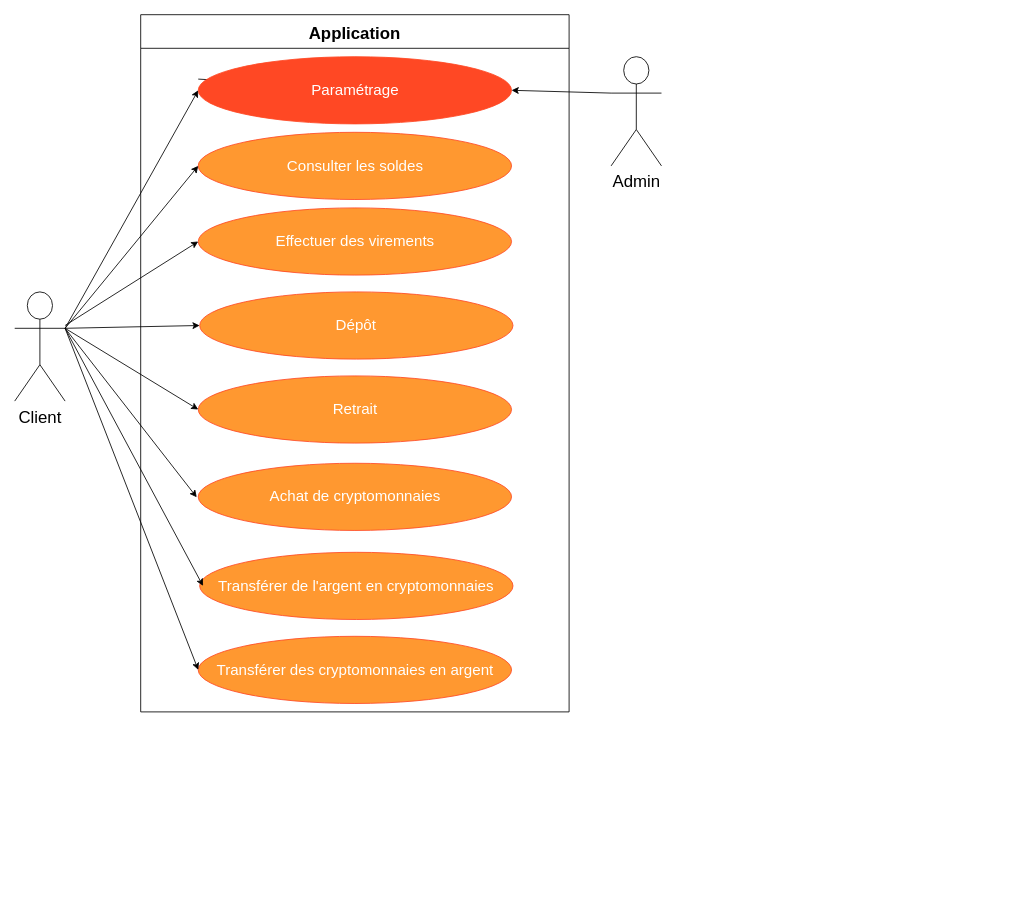
Before: diagrams/Use Case.drawio in SIO2-group/FulBank, a draw.io diagram. Source tidied: cells renumbered, new cells numbered last; positions are measured from the earlier drawing's top-left corner, leaving out a move shared by most shapes. Both pictures are drawn from the tidied source at 84%, with x=0, y=0 at pixel (14, 14).
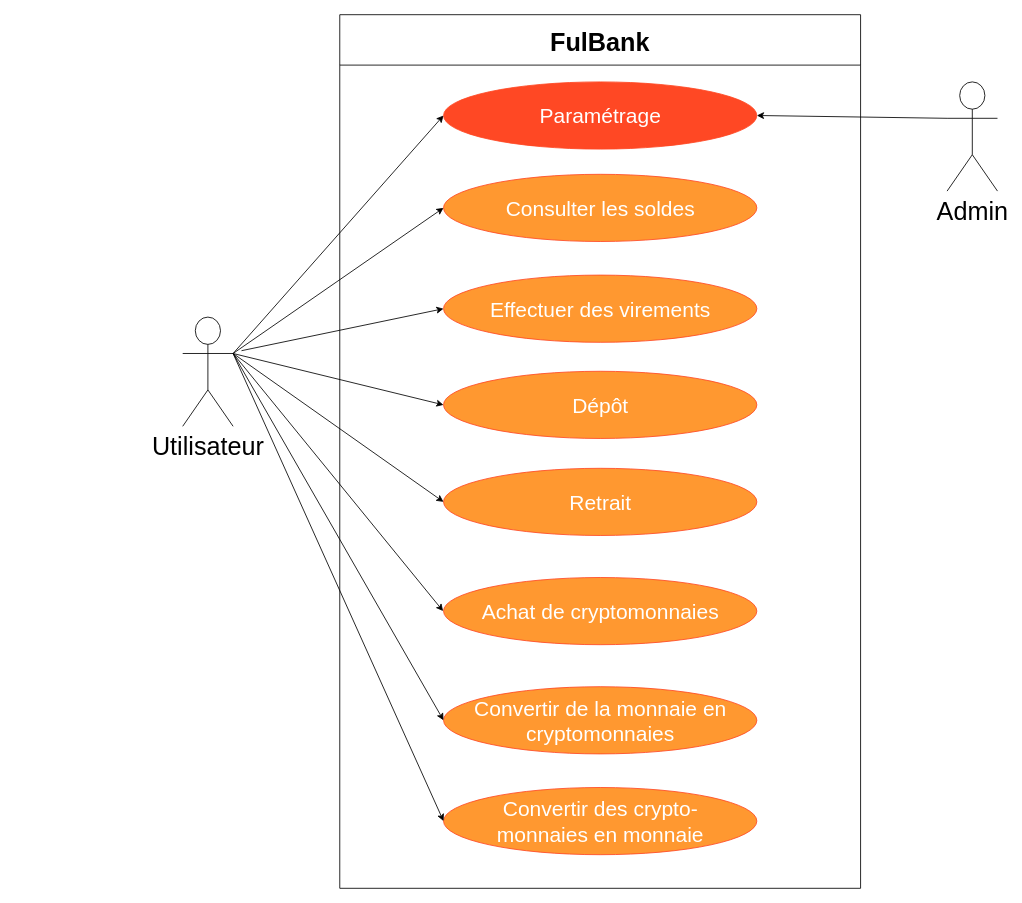
After the change.

Commit message (it also covers changes not shown here):
:bento: update use case

Change to the diagram source:
```diff
@@
-    <mxCell id="2" value="&lt;font style=&quot;font-size: 20px&quot;&gt;Client&lt;/font&gt;" style="shape=umlActor;verticalLabelPosition=bottom;verticalAlign=top;html=1;outlineConnect=0;" parent="1" vertex="1">
-      <mxGeometry y="330" width="60" height="130" as="geometry" />
+    <mxCell id="2" value="&lt;font style=&quot;font-size: 30px&quot;&gt;Utilisateur&lt;/font&gt;" style="shape=umlActor;verticalLabelPosition=bottom;verticalAlign=top;html=1;outlineConnect=0;" parent="1" vertex="1">
+      <mxGeometry x="200" y="360" width="60" height="130" as="geometry" />
     </mxCell>
-    <mxCell id="3" value="Application" style="swimlane;fontSize=20;startSize=40;" parent="1" vertex="1">
-      <mxGeometry x="150" width="510" height="830" as="geometry" />
+    <mxCell id="3" value="FulBank" style="swimlane;fontSize=30;startSize=60;" parent="1" vertex="1">
+      <mxGeometry x="387" width="620" height="1040" as="geometry" />
     </mxCell>
-    <mxCell id="4" value="Transférer des cryptomonnaies en argent" style="ellipse;whiteSpace=wrap;html=1;fontColor=#ffff;fillColor=#FF9830;strokeColor=#FF4824;fontSize=18;" parent="3" vertex="1">
-      <mxGeometry x="68.5" y="740" width="373" height="80" as="geometry" />
+    <mxCell id="4" value="Convertir des crypto-&lt;br&gt;monnaies en monnaie" style="ellipse;whiteSpace=wrap;html=1;fontColor=#ffff;fillColor=#FF9830;strokeColor=#FF4824;fontSize=25;" parent="3" vertex="1">
+      <mxGeometry x="123.5" y="920" width="373" height="80" as="geometry" />
     </mxCell>
-    <mxCell id="5" value="Transférer de l'argent en cryptomonnaies" style="ellipse;whiteSpace=wrap;html=1;fontColor=#ffff;fillColor=#FF9830;strokeColor=#FF4824;fontSize=18;" parent="3" vertex="1">
-      <mxGeometry x="70.2" y="640" width="373" height="80" as="geometry" />
+    <mxCell id="5" value="Convertir de la monnaie&amp;nbsp;en cryptomonnaies" style="ellipse;whiteSpace=wrap;html=1;fontColor=#ffff;fillColor=#FF9830;strokeColor=#FF4824;fontSize=25;" parent="3" vertex="1">
+      <mxGeometry x="123.5" y="800" width="373" height="80" as="geometry" />
     </mxCell>
-    <mxCell id="6" value="Achat de cryptomonnaies" style="ellipse;whiteSpace=wrap;html=1;fontColor=#ffff;fillColor=#FF9830;strokeColor=#FF4824;fontSize=18;" parent="3" vertex="1">
-      <mxGeometry x="68.5" y="534" width="373" height="80" as="geometry" />
+    <mxCell id="6" value="Achat de cryptomonnaies" style="ellipse;whiteSpace=wrap;html=1;fontColor=#ffff;fillColor=#FF9830;strokeColor=#FF4824;fontSize=25;" parent="3" vertex="1">
+      <mxGeometry x="123.5" y="670" width="373" height="80" as="geometry" />
     </mxCell>
-    <mxCell id="7" value="Retrait" style="ellipse;whiteSpace=wrap;html=1;fontColor=#ffff;fillColor=#FF9830;strokeColor=#FF4824;fontSize=18;" parent="3" vertex="1">
-      <mxGeometry x="68.5" y="430" width="373" height="80" as="geometry" />
+    <mxCell id="7" value="Retrait" style="ellipse;whiteSpace=wrap;html=1;fontColor=#ffff;fillColor=#FF9830;strokeColor=#FF4824;fontSize=25;" parent="3" vertex="1">
+      <mxGeometry x="123.5" y="540" width="373" height="80" as="geometry" />
     </mxCell>
-    <mxCell id="8" value="Dépôt" style="ellipse;whiteSpace=wrap;html=1;fontColor=#ffff;fillColor=#FF9830;strokeColor=#FF4824;fontSize=18;" parent="3" vertex="1">
-      <mxGeometry x="70.2" y="330" width="373" height="80" as="geometry" />
+    <mxCell id="8" value="Dépôt" style="ellipse;whiteSpace=wrap;html=1;fontColor=#ffff;fillColor=#FF9830;strokeColor=#FF4824;fontSize=25;" parent="3" vertex="1">
+      <mxGeometry x="123.5" y="424.5" width="373" height="80" as="geometry" />
     </mxCell>
-    <mxCell id="9" value="Effectuer des virements" style="ellipse;whiteSpace=wrap;html=1;fontColor=#ffff;fillColor=#FF9830;strokeColor=#FF4824;fontSize=18;" parent="3" vertex="1">
-      <mxGeometry x="68.5" y="230" width="373" height="80" as="geometry" />
+    <mxCell id="9" value="Effectuer des virements" style="ellipse;whiteSpace=wrap;html=1;fontColor=#ffff;fillColor=#FF9830;strokeColor=#FF4824;fontSize=25;" parent="3" vertex="1">
+      <mxGeometry x="123.5" y="310" width="373" height="80" as="geometry" />
     </mxCell>
-    <mxCell id="10" value="Consulter les soldes" style="ellipse;whiteSpace=wrap;html=1;fontColor=#ffff;fillColor=#FF9830;strokeColor=#FF4824;fontSize=18;" parent="3" vertex="1">
-      <mxGeometry x="68.5" y="140" width="373" height="80" as="geometry" />
+    <mxCell id="10" value="Consulter les soldes" style="ellipse;whiteSpace=wrap;html=1;fontColor=#ffff;fillColor=#FF9830;strokeColor=#FF4824;fontSize=25;" parent="3" vertex="1">
+      <mxGeometry x="123.5" y="190" width="373" height="80" as="geometry" />
     </mxCell>
+    <mxCell id="19" value="Paramétrage" style="ellipse;whiteSpace=wrap;html=1;fontColor=#ffff;strokeColor=#FF4824;fontSize=25;fillColor=#FF4824;" parent="3" vertex="1">
+      <mxGeometry x="123.5" y="80" width="373" height="80" as="geometry" />
+    </mxCell>
@@
-    <mxCell id="15" style="endArrow=classic;html=1;exitX=1;exitY=0.3333333333333333;exitDx=0;exitDy=0;exitPerimeter=0;entryX=0;entryY=0.5;entryDx=0;entryDy=0;" parent="1" edge="1" source="2">
+    <mxCell id="15" style="endArrow=classic;html=1;exitX=1;exitY=0.3333333333333333;exitDx=0;exitDy=0;exitPerimeter=0;" parent="1" edge="1" source="2">
       <mxGeometry relative="1" as="geometry">
-        <mxPoint x="216.7" y="574.5" as="targetPoint" />
+        <mxPoint x="510" y="710" as="targetPoint" />
       </mxGeometry>
     </mxCell>
-    <mxCell id="16" style="endArrow=classic;html=1;exitX=0;exitY=0.3333333333333333;exitDx=0;exitDy=0;exitPerimeter=0;startArrow=none;" parent="1" edge="1" source="19">
-      <mxGeometry relative="1" as="geometry">
-        <mxPoint x="449.5" y="90" as="targetPoint" />
-      </mxGeometry>
-    </mxCell>
-    <mxCell id="17" style="endArrow=classic;html=1;entryX=0;entryY=0.5;entryDx=0;entryDy=0;exitX=1;exitY=0.3333333333333333;exitDx=0;exitDy=0;exitPerimeter=0;" parent="1" edge="1" source="2">
-      <mxGeometry relative="1" as="geometry">
-        <mxPoint x="224.2" y="680" as="targetPoint" />
-      </mxGeometry>
+    <mxCell id="17" style="endArrow=classic;html=1;entryX=0;entryY=0.5;entryDx=0;entryDy=0;exitX=1;exitY=0.3333333333333333;exitDx=0;exitDy=0;exitPerimeter=0;" parent="1" edge="1" source="2" target="5">
+      <mxGeometry relative="1" as="geometry" />
     </mxCell>
@@
-    <mxCell id="19" value="Paramétrage" style="ellipse;whiteSpace=wrap;html=1;fontColor=#ffff;strokeColor=#FF4824;fontSize=18;fillColor=#FF4824;" parent="1" vertex="1">
-      <mxGeometry x="218.5" y="50" width="373" height="80" as="geometry" />
-    </mxCell>
@@
     <mxCell id="21" style="endArrow=classic;html=1;fontSize=20;fontColor=#ffff;entryX=0;entryY=0.5;entryDx=0;entryDy=0;" parent="1" edge="1" target="9">
       <mxGeometry relative="1" as="geometry">
-        <mxPoint x="60" y="370" as="sourcePoint" />
+        <mxPoint x="270" y="400" as="sourcePoint" />
       </mxGeometry>
     </mxCell>
-    <mxCell id="22" value="&lt;font style=&quot;font-size: 20px&quot;&gt;Admin&lt;/font&gt;" style="shape=umlActor;verticalLabelPosition=bottom;verticalAlign=top;html=1;outlineConnect=0;" parent="1" vertex="1">
-      <mxGeometry x="710" y="50" width="60" height="130" as="geometry" />
+    <mxCell id="22" value="&lt;font style=&quot;font-size: 30px&quot;&gt;Admin&lt;/font&gt;" style="shape=umlActor;verticalLabelPosition=bottom;verticalAlign=top;html=1;outlineConnect=0;" parent="1" vertex="1">
+      <mxGeometry x="1110" y="80" width="60" height="130" as="geometry" />
     </mxCell>
```
